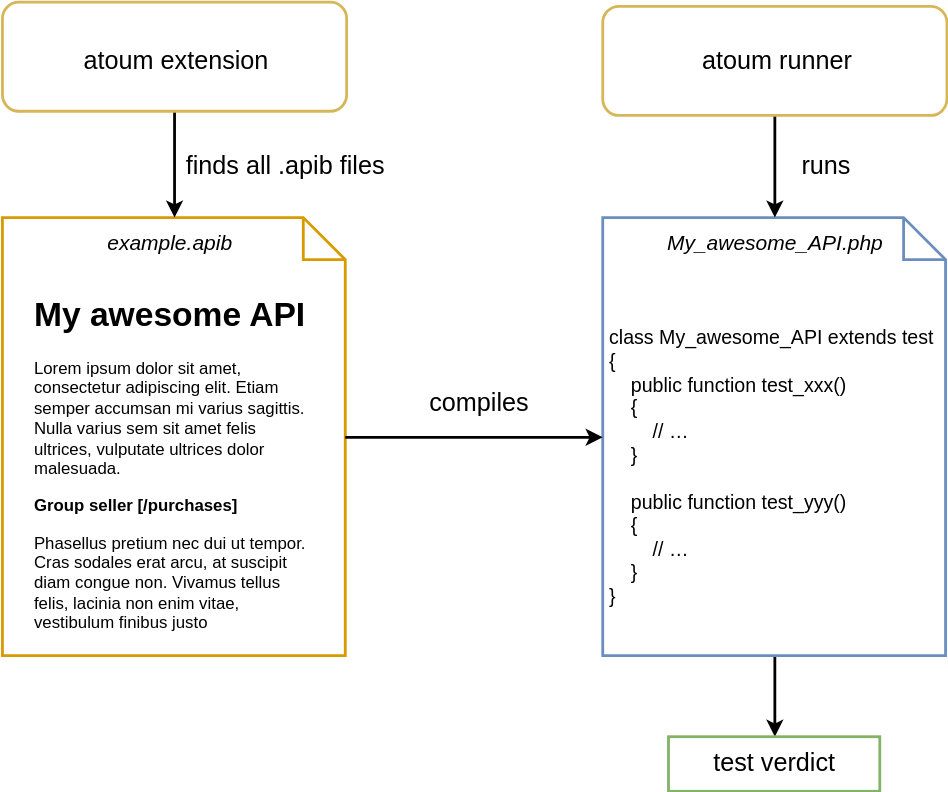
Before: res/overview.svg, a diagram exported from draw.io (Hywan/atoum-apiblueprint-extension). Source tidied: cells renumbered, new cells last; positions are measured from the earlier drawing's top-left corner, leaving out a move shared by most shapes.
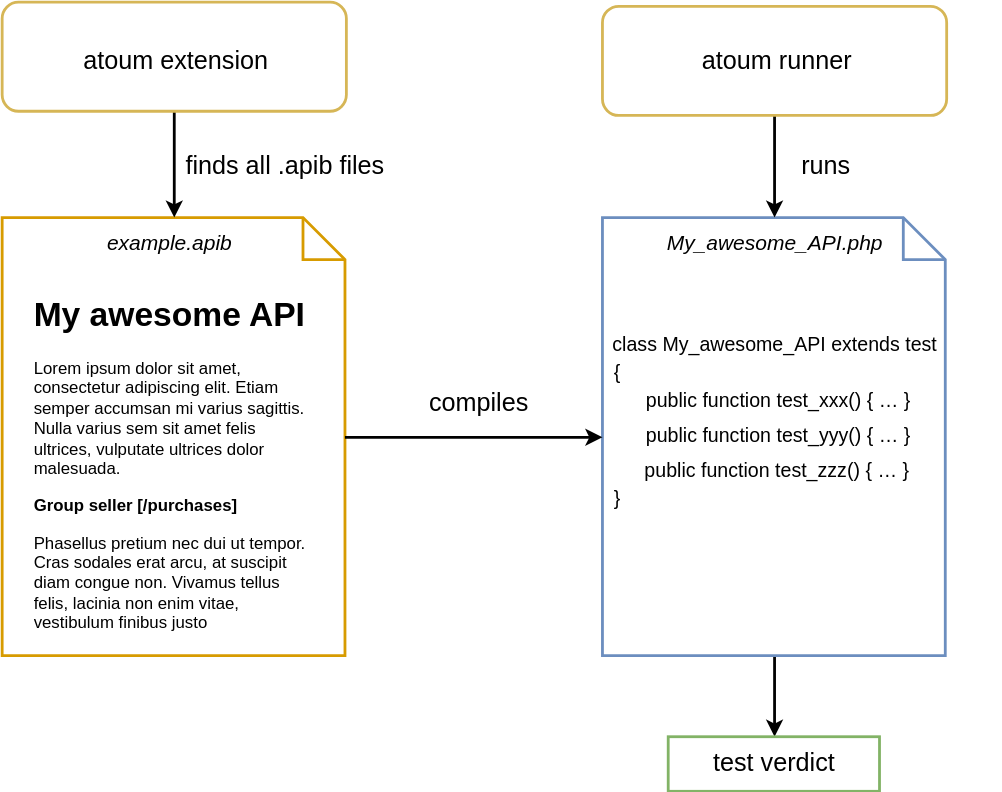
After the change.

Commit message:
doc(schema) Try to be compliant with Github viewer.

Diff of the diagram source:
```diff
@@ -62,8 +62,26 @@
     <mxCell id="21" value="runs" style="text;html=1;strokeColor=none;fillColor=none;align=center;verticalAlign=middle;whiteSpace=wrap;rounded=0;fontFamily=Helvetica;fontSize=18;" parent="1" vertex="1">
       <mxGeometry x="561" y="107" width="55" height="20" as="geometry" />
     </mxCell>
-    <mxCell id="22" value="&lt;div&gt;class My_awesome_API extends test&lt;/div&gt;&lt;div&gt;{&lt;/div&gt;&lt;div&gt;&amp;nbsp;&amp;nbsp;&amp;nbsp; public function test_xxx()&lt;/div&gt;&lt;div&gt;&amp;nbsp;&amp;nbsp;&amp;nbsp; {&lt;/div&gt;&lt;div&gt;&amp;nbsp;&amp;nbsp;&amp;nbsp;&amp;nbsp; &amp;nbsp;&amp;nbsp; // …&lt;br&gt;&lt;/div&gt;&lt;div&gt;&amp;nbsp;&amp;nbsp;&amp;nbsp; }&lt;/div&gt;&lt;div&gt;&lt;br&gt;&lt;/div&gt;&lt;div&gt;&lt;div&gt;&amp;nbsp;&amp;nbsp;&amp;nbsp; public function test_yyy()&lt;/div&gt;&lt;div&gt;&amp;nbsp;&amp;nbsp;&amp;nbsp; {&lt;/div&gt;&lt;div&gt;&amp;nbsp;&amp;nbsp;&amp;nbsp;&amp;nbsp; &amp;nbsp;&amp;nbsp; // …&lt;br&gt;&lt;/div&gt;&amp;nbsp;&amp;nbsp;&amp;nbsp; }&lt;/div&gt;&lt;div&gt;}&lt;br&gt;&lt;/div&gt;" style="text;html=1;strokeColor=none;fillColor=none;align=left;verticalAlign=middle;whiteSpace=wrap;rounded=0;fontSize=14;fontStyle=0;" parent="1" vertex="1">
-      <mxGeometry x="432" y="215" width="238" height="234" as="geometry" />
+    <mxCell id="22" style="group;" parent="1" vertex="1">
+      <mxGeometry x="392" y="234" width="322" height="130" as="geometry" />
     </mxCell>
+    <mxCell id="23" value="class My_awesome_API extends test" style="text;html=1;strokeColor=none;fillColor=none;align=center;verticalAlign=middle;whiteSpace=wrap;rounded=0;fontSize=14;fontStyle=0;" parent="22" vertex="1">
+      <mxGeometry x="31" width="258" height="20" as="geometry" />
+    </mxCell>
+    <mxCell id="24" value="&lt;div&gt;{&lt;/div&gt;" style="text;html=1;strokeColor=none;fillColor=none;align=center;verticalAlign=middle;whiteSpace=wrap;rounded=0;fontSize=14;fontStyle=0;" parent="22" vertex="1">
+      <mxGeometry x="33" y="20" width="28" height="20" as="geometry" />
+    </mxCell>
+    <mxCell id="25" value="}" style="text;html=1;strokeColor=none;fillColor=none;align=center;verticalAlign=middle;whiteSpace=wrap;rounded=0;fontSize=14;fontStyle=0;" parent="22" vertex="1">
+      <mxGeometry x="29" y="110" width="37" height="20" as="geometry" />
+    </mxCell>
+    <mxCell id="26" value="public function test_xxx() { … }" style="text;html=1;strokeColor=none;fillColor=none;align=center;verticalAlign=middle;whiteSpace=wrap;rounded=0;fontSize=14;fontStyle=0;" parent="22" vertex="1">
+      <mxGeometry x="33" y="40" width="258" height="20" as="geometry" />
+    </mxCell>
+    <mxCell id="27" value="public function test_yyy() { … }" style="text;html=1;strokeColor=none;fillColor=none;align=center;verticalAlign=middle;whiteSpace=wrap;rounded=0;fontSize=14;fontStyle=0;" parent="22" vertex="1">
+      <mxGeometry x="33" y="65" width="258" height="20" as="geometry" />
+    </mxCell>
+    <mxCell id="28" value="&lt;div&gt;public function test_zzz() { … }&lt;/div&gt;" style="text;html=1;strokeColor=none;fillColor=none;align=center;verticalAlign=middle;whiteSpace=wrap;rounded=0;fontSize=14;fontStyle=0;" parent="22" vertex="1">
+      <mxGeometry y="90" width="322" height="20" as="geometry" />
+    </mxCell>
   </root>
 </mxGraphModel>
```
